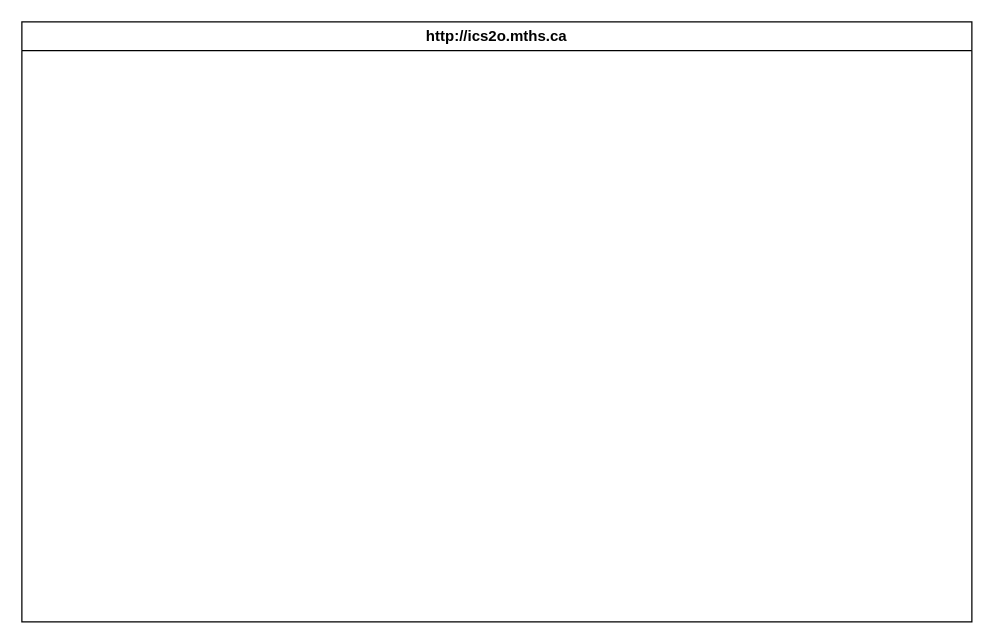
The draw.io diagram design/storyboard.drawio in MTHS-ICS2O-2-2022/ICS2O-Unit-5-01-Colton-Grant, before the edit. Source tidied: cells renumbered, new cells numbered last; positions are measured from the earlier drawing's top-left corner, leaving out a move shared by most shapes. Both pictures are drawn from the tidied source at 125%, with x=0, y=0 at pixel (21, 21).
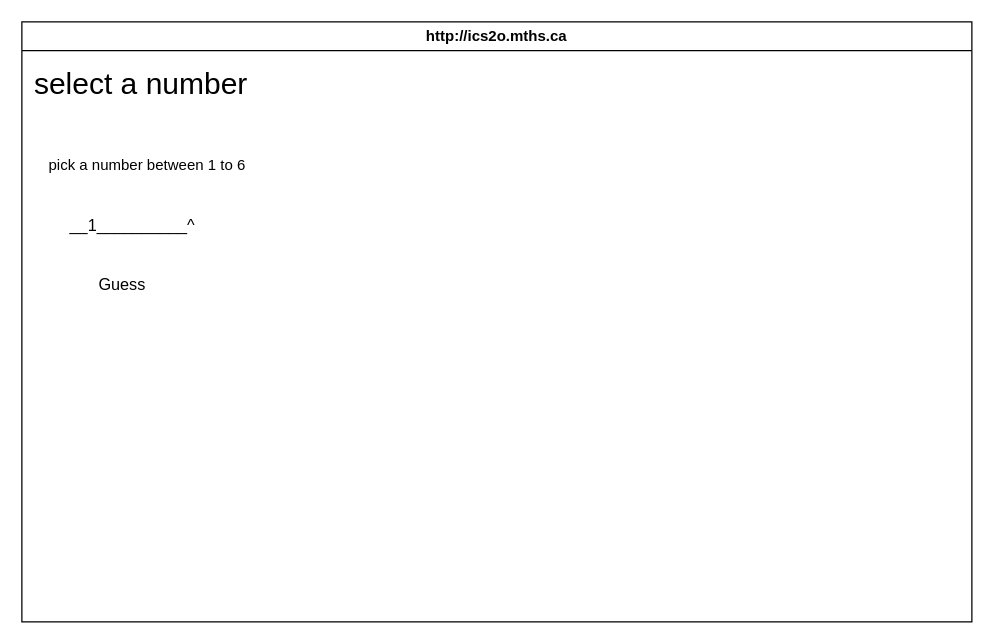
Above is the later version.

Diff of the diagram source:
```diff
@@
 <mxGraphModel>
   <root>
     <mxCell id="0" />
     <mxCell id="1" parent="0" />
     <mxCell id="2" value="http://ics2o.mths.ca" style="swimlane;whiteSpace=wrap;html=1;" parent="1" vertex="1">
       <mxGeometry width="760" height="480" as="geometry" />
     </mxCell>
+    <mxCell id="3" value="pick a number between 1 to 6" style="text;html=1;align=center;verticalAlign=middle;strokeColor=none;fillColor=none;" parent="2" vertex="1">
+      <mxGeometry x="10" y="100" width="180" height="30" as="geometry" />
+    </mxCell>
+    <mxCell id="4" value="&lt;font class=&quot;custom-cursor-default-hover&quot; style=&quot;font-size: 24px;&quot;&gt;select a number&lt;/font&gt;" style="text;html=1;align=center;verticalAlign=middle;strokeColor=none;fillColor=none;" parent="2" vertex="1">
+      <mxGeometry y="30" width="190" height="40" as="geometry" />
+    </mxCell>
+    <mxCell id="5" value="Guess" style="text;html=1;align=center;verticalAlign=middle;strokeColor=none;fillColor=none;fontSize=13;" parent="2" vertex="1">
+      <mxGeometry x="50" y="195" width="60" height="30" as="geometry" />
+    </mxCell>
+    <mxCell id="6" value="&lt;font style=&quot;font-size: 13px;&quot;&gt;__1__________^&amp;nbsp;&lt;/font&gt;" style="text;html=1;align=center;verticalAlign=middle;strokeColor=none;fillColor=none;fontSize=24;" parent="1" vertex="1">
+      <mxGeometry x="30" y="140" width="120" height="40" as="geometry" />
+    </mxCell>
   </root>
 </mxGraphModel>
```
